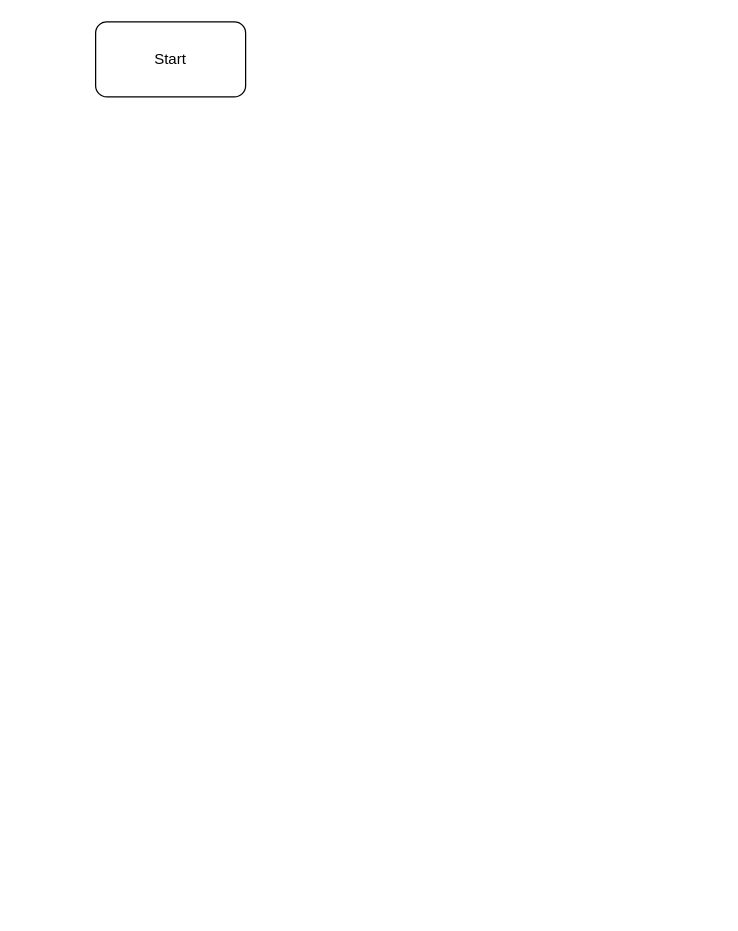
The draw.io diagram diagrams/GuessingGame.drawio in twitocode/Draw.io-Diagrams, before the edit. Source tidied: cells renumbered, new cells numbered last; positions are measured from the earlier drawing's top-left corner, leaving out a move shared by most shapes. Both pictures are drawn from the tidied source at 125%, with x=0, y=0 at pixel (95, 21).
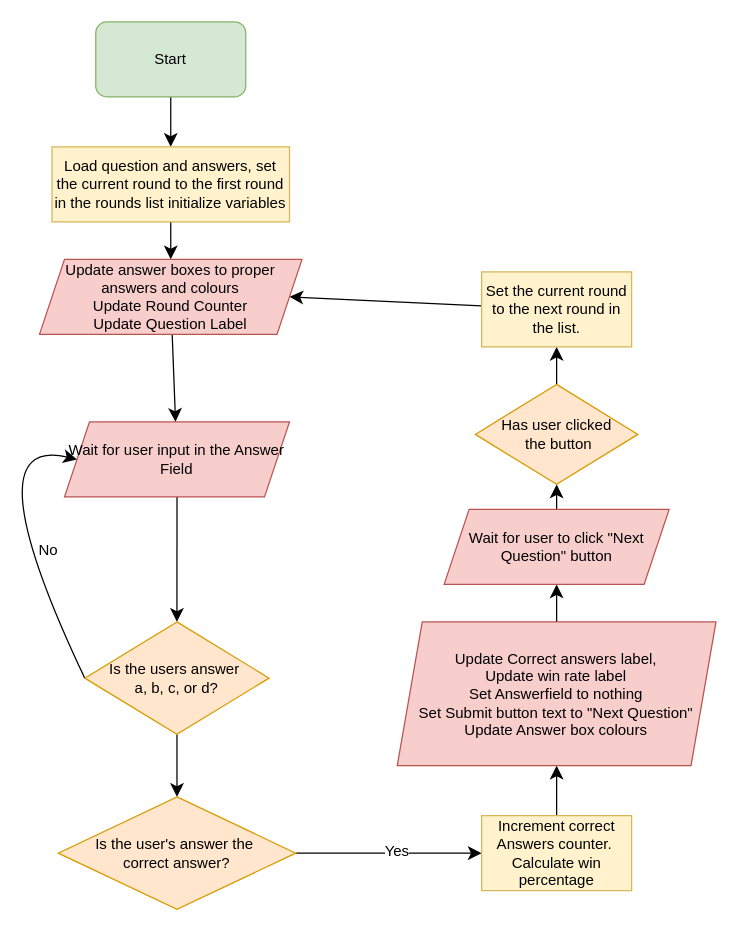
The same page after the edit.

The edit, as a diff of the source:
```diff
@@
+    <mxCell id="3" style="edgeStyle=none;curved=1;rounded=0;jettySize=auto;html=1;entryX=0.5;entryY=0;entryDx=0;entryDy=0;fontSize=12;startSize=8;endSize=8;" parent="1" edge="1" source="2" target="5">
+      <mxGeometry relative="1" as="geometry" />
+    </mxCell>
-    <mxCell id="2" value="Start" style="rounded=1;whiteSpace=wrap;html=1;" parent="1" vertex="1">
-      <mxGeometry width="120" height="60" as="geometry" />
+    <mxCell id="2" value="Start" style="rounded=1;whiteSpace=wrap;html=1;fillColor=#d5e8d4;strokeColor=#82b366;" parent="1" vertex="1">
+      <mxGeometry x="0.1" width="120" height="60" as="geometry" />
     </mxCell>
+    <mxCell id="4" style="edgeStyle=none;curved=1;rounded=0;jettySize=auto;html=1;exitX=0.5;exitY=1;exitDx=0;exitDy=0;entryX=0.5;entryY=0;entryDx=0;entryDy=0;fontSize=12;startSize=8;endSize=8;" parent="1" edge="1" source="5" target="26">
+      <mxGeometry relative="1" as="geometry" />
+    </mxCell>
+    <mxCell id="5" value="Load question and answers, set the current round to the first round in the rounds list initialize variables" style="rounded=0;whiteSpace=wrap;html=1;fillColor=#fff2cc;strokeColor=#d6b656;" parent="1" vertex="1">
+      <mxGeometry x="-34.9" y="100" width="190" height="60" as="geometry" />
+    </mxCell>
+    <mxCell id="6" style="edgeStyle=none;curved=1;rounded=0;jettySize=auto;html=1;exitX=0.5;exitY=1;exitDx=0;exitDy=0;entryX=0.5;entryY=0;entryDx=0;entryDy=0;fontSize=12;startSize=8;endSize=8;" parent="1" edge="1" source="7" target="11">
+      <mxGeometry relative="1" as="geometry" />
+    </mxCell>
+    <mxCell id="7" value="Wait for user input in the Answer Field" style="shape=parallelogram;perimeter=parallelogramPerimeter;whiteSpace=wrap;html=1;fixedSize=1;fillColor=#f8cecc;strokeColor=#b85450;" parent="1" vertex="1">
+      <mxGeometry x="-24.9" y="320" width="180" height="60" as="geometry" />
+    </mxCell>
+    <mxCell id="8" style="edgeStyle=none;curved=1;rounded=0;jettySize=auto;html=1;exitX=0;exitY=0.5;exitDx=0;exitDy=0;fontSize=12;startSize=8;endSize=8;entryX=0;entryY=0.5;entryDx=0;entryDy=0;" parent="1" edge="1" source="11" target="7">
+      <mxGeometry relative="1" as="geometry">
+        <Array as="points">
+          <mxPoint x="-101.2" y="330" />
+        </Array>
+      </mxGeometry>
+    </mxCell>
+    <mxCell id="9" value="No" style="edgeLabel;html=1;align=center;verticalAlign=middle;fontSize=12;" parent="8" vertex="1">
+      <mxGeometry x="-0.31" y="-17" relative="1" as="geometry" />
+    </mxCell>
+    <mxCell id="10" style="edgeStyle=none;curved=1;rounded=0;jettySize=auto;html=1;fontSize=12;startSize=8;endSize=8;" parent="1" edge="1" source="11" target="14">
+      <mxGeometry relative="1" as="geometry" />
+    </mxCell>
+    <mxCell id="11" value="Is the users answer&amp;nbsp;&lt;div&gt;a, b, c, or d?&lt;/div&gt;" style="rhombus;whiteSpace=wrap;html=1;fillColor=#ffe6cc;strokeColor=#d79b00;" parent="1" vertex="1">
+      <mxGeometry x="-8.7" y="480" width="147.5" height="90" as="geometry" />
+    </mxCell>
+    <mxCell id="12" style="edgeStyle=none;curved=1;rounded=0;jettySize=auto;html=1;fontSize=12;startSize=8;endSize=8;" parent="1" edge="1" source="14" target="16">
+      <mxGeometry relative="1" as="geometry" />
+    </mxCell>
+    <mxCell id="13" value="Yes" style="edgeLabel;html=1;align=center;verticalAlign=middle;fontSize=12;" parent="12" vertex="1">
+      <mxGeometry x="0.08" y="2" relative="1" as="geometry" />
+    </mxCell>
+    <mxCell id="14" value="Is the user's answer the&amp;nbsp;&lt;div&gt;correct answer?&lt;/div&gt;" style="rhombus;whiteSpace=wrap;html=1;fillColor=#ffe6cc;strokeColor=#d79b00;" parent="1" vertex="1">
+      <mxGeometry x="-29.9" y="620" width="190" height="90" as="geometry" />
+    </mxCell>
+    <mxCell id="15" style="edgeStyle=none;curved=1;rounded=0;jettySize=auto;html=1;fontSize=12;startSize=8;endSize=8;" parent="1" edge="1" source="16" target="18">
+      <mxGeometry relative="1" as="geometry" />
+    </mxCell>
+    <mxCell id="16" value="Increment correct Answers counter.&amp;nbsp;&lt;div&gt;Calculate win percentage&lt;/div&gt;" style="whiteSpace=wrap;html=1;fillColor=#fff2cc;strokeColor=#d6b656;" parent="1" vertex="1">
+      <mxGeometry x="308.8" y="635" width="120" height="60" as="geometry" />
+    </mxCell>
+    <mxCell id="17" style="edgeStyle=none;curved=1;rounded=0;jettySize=auto;html=1;fontSize=12;startSize=8;endSize=8;" parent="1" edge="1" source="18" target="20">
+      <mxGeometry relative="1" as="geometry" />
+    </mxCell>
+    <mxCell id="18" value="Update Correct answers label,&lt;div&gt;Update win rate label&lt;/div&gt;&lt;div&gt;Set Answerfield to nothing&lt;/div&gt;&lt;div&gt;Set Submit button text to &quot;Next Question&quot;&lt;/div&gt;&lt;div&gt;Update Answer box colours&lt;/div&gt;" style="shape=parallelogram;perimeter=parallelogramPerimeter;whiteSpace=wrap;html=1;fixedSize=1;fillColor=#f8cecc;strokeColor=#b85450;" parent="1" vertex="1">
+      <mxGeometry x="241.3" y="480" width="255" height="115" as="geometry" />
+    </mxCell>
+    <mxCell id="19" style="edgeStyle=none;curved=1;rounded=0;jettySize=auto;html=1;fontSize=12;startSize=8;endSize=8;" parent="1" edge="1" source="20" target="22">
+      <mxGeometry relative="1" as="geometry" />
+    </mxCell>
+    <mxCell id="20" value="Wait for user to click &quot;Next Question&quot; button" style="shape=parallelogram;perimeter=parallelogramPerimeter;whiteSpace=wrap;html=1;fixedSize=1;fillColor=#f8cecc;strokeColor=#b85450;" parent="1" vertex="1">
+      <mxGeometry x="278.8" y="390" width="180" height="60" as="geometry" />
+    </mxCell>
+    <mxCell id="21" style="edgeStyle=none;curved=1;rounded=0;jettySize=auto;html=1;fontSize=12;startSize=8;endSize=8;" parent="1" edge="1" source="22" target="24">
+      <mxGeometry relative="1" as="geometry" />
+    </mxCell>
+    <mxCell id="22" value="Has user clicked&lt;div&gt;&amp;nbsp;the button&lt;/div&gt;" style="rhombus;whiteSpace=wrap;html=1;fillColor=#ffe6cc;strokeColor=#d79b00;" parent="1" vertex="1">
+      <mxGeometry x="303.8" y="290" width="130" height="80" as="geometry" />
+    </mxCell>
+    <mxCell id="23" style="edgeStyle=none;curved=1;rounded=0;jettySize=auto;html=1;fontSize=12;startSize=8;endSize=8;entryX=1;entryY=0.5;entryDx=0;entryDy=0;" parent="1" edge="1" source="24" target="26">
+      <mxGeometry relative="1" as="geometry" />
+    </mxCell>
+    <mxCell id="24" value="Set the current round to the next round in the list." style="whiteSpace=wrap;html=1;fillColor=#fff2cc;strokeColor=#d6b656;" parent="1" vertex="1">
+      <mxGeometry x="308.8" y="200" width="120" height="60" as="geometry" />
+    </mxCell>
+    <mxCell id="25" style="edgeStyle=none;curved=1;rounded=0;jettySize=auto;html=1;fontSize=12;startSize=8;endSize=8;" parent="1" edge="1" source="26" target="7">
+      <mxGeometry relative="1" as="geometry" />
+    </mxCell>
+    <mxCell id="26" value="Update answer boxes to proper answers and colours&lt;div&gt;Update Round Counter&lt;/div&gt;&lt;div&gt;Update Question Label&lt;/div&gt;" style="shape=parallelogram;perimeter=parallelogramPerimeter;whiteSpace=wrap;html=1;fixedSize=1;fillColor=#f8cecc;strokeColor=#b85450;" parent="1" vertex="1">
+      <mxGeometry x="-44.9" y="190" width="210" height="60" as="geometry" />
+    </mxCell>
```
